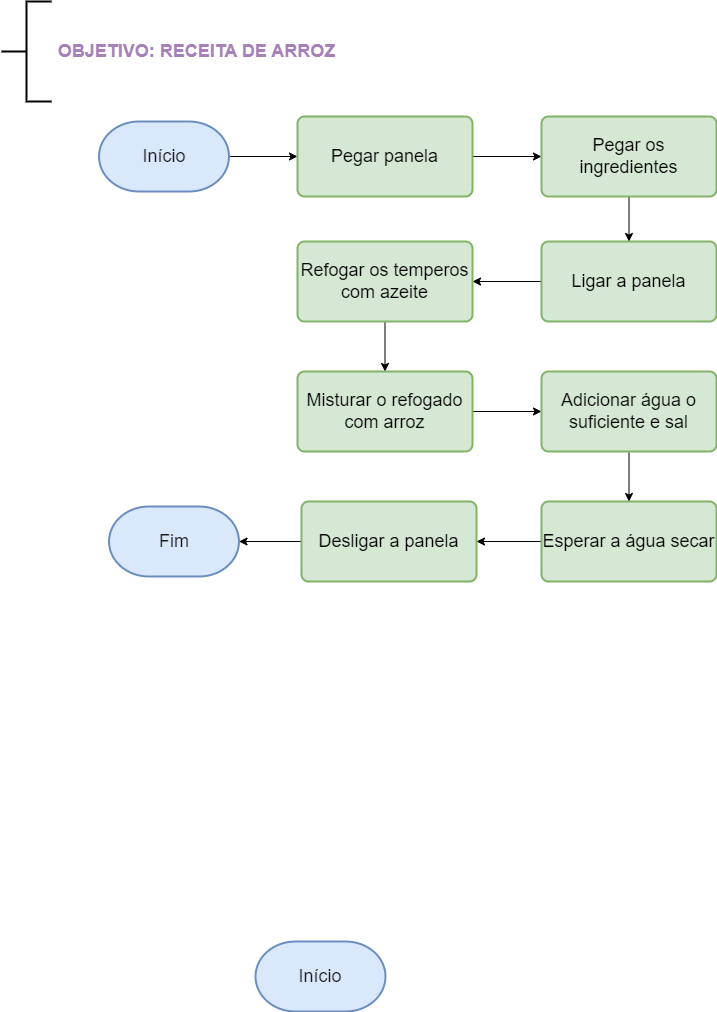
Andresa43/Fluxogramas keeps this draw.io diagram as Fluxograma - receita de arroz.drawio.png. Above is the earlier version. Source tidied: cells renumbered, new cells last; positions are measured from the earlier drawing's top-left corner, leaving out a move shared by most shapes.
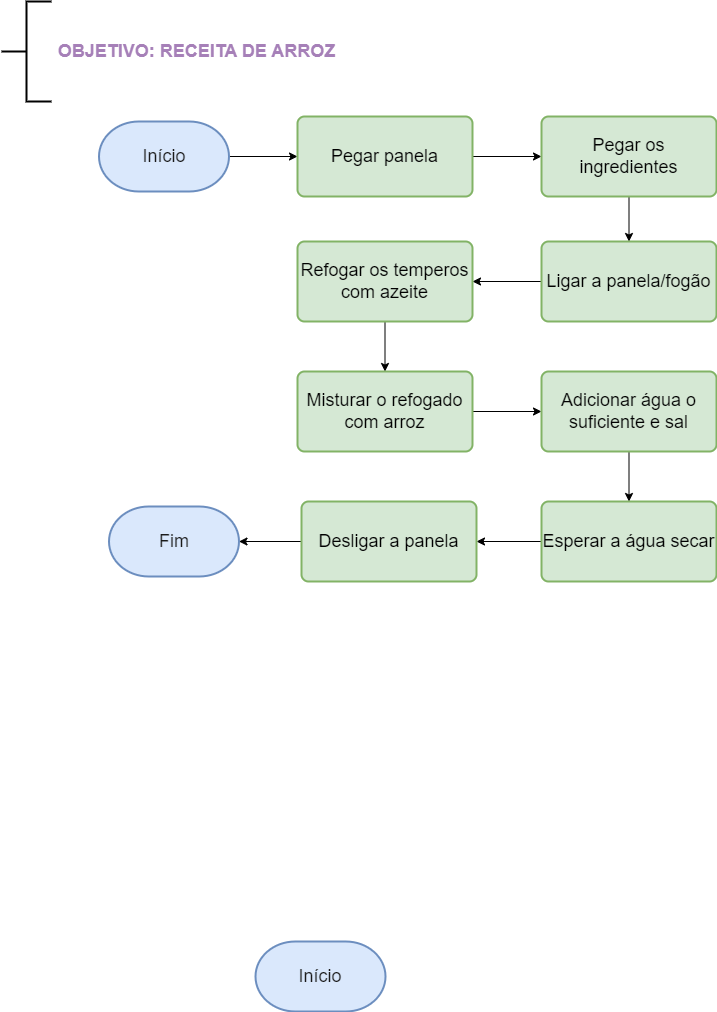
Above is the later version.

Diff of the diagram source:
```diff
@@ -29,7 +29,7 @@
     <mxCell id="10" style="edgeStyle=orthogonalEdgeStyle;rounded=0;jettySize=auto;html=1;fontSize=18;fontColor=#1A1A1A;" parent="1" edge="1" source="11" target="13">
       <mxGeometry relative="1" as="geometry" />
     </mxCell>
-    <mxCell id="11" value="Ligar a panela" style="rounded=1;whiteSpace=wrap;html=1;absoluteArcSize=1;arcSize=14;strokeWidth=2;fontSize=18;fillColor=#d5e8d4;strokeColor=#82b366;" parent="1" vertex="1">
+    <mxCell id="11" value="Ligar a panela/fogão" style="rounded=1;whiteSpace=wrap;html=1;absoluteArcSize=1;arcSize=14;strokeWidth=2;fontSize=18;fillColor=#d5e8d4;strokeColor=#82b366;" parent="1" vertex="1">
       <mxGeometry x="540" y="240" width="175" height="80" as="geometry" />
     </mxCell>
     <mxCell id="12" style="edgeStyle=orthogonalEdgeStyle;rounded=0;jettySize=auto;html=1;" parent="1" edge="1" source="13" target="16">
```
